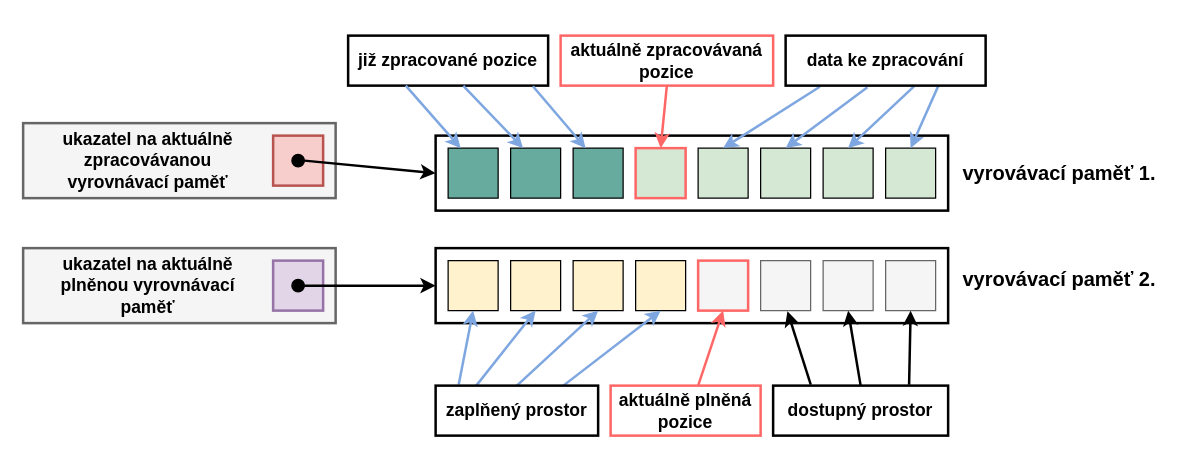
This is diagrams/multiple_buffering/multiple_buffering-1.drawio from Doly02/thesis, a draw.io file, before an edit. Source tidied: cells renumbered, new cells numbered last; positions are measured from the earlier drawing's top-left corner, leaving out a move shared by most shapes. Both pictures are drawn from the tidied source at 125%, with x=0, y=0 at pixel (22, 35).
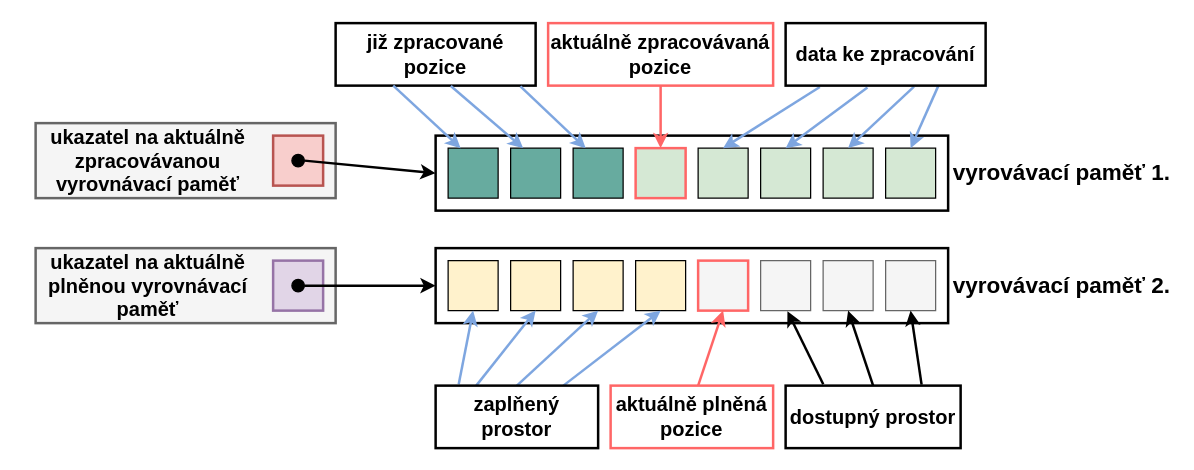
The same page after the edit.

Commit message (it also covers changes not shown here):
[TECH_REPORT] Updates Diagrams (Multiple Buffering).

What changed in the source:
```diff
@@
     <mxCell id="2" style="rounded=0;whiteSpace=wrap;html=1;strokeWidth=2;" parent="1" vertex="1">
-      <mxGeometry x="260" width="160" height="40" as="geometry" />
+      <mxGeometry x="250" y="-10" width="160" height="50" as="geometry" />
     </mxCell>
@@
-    <mxCell id="21" value="&lt;b&gt;&lt;font style=&quot;font-size: 14px;&quot;&gt;již zpracované pozice&lt;/font&gt;&lt;/b&gt;" style="text;html=1;align=center;verticalAlign=middle;whiteSpace=wrap;rounded=0;strokeWidth=2;" parent="1" vertex="1">
-      <mxGeometry x="260" width="160" height="40" as="geometry" />
+    <mxCell id="21" value="&lt;b&gt;&lt;font style=&quot;font-size: 16px;&quot;&gt;již zpracované pozice&lt;/font&gt;&lt;/b&gt;" style="text;html=1;align=center;verticalAlign=middle;whiteSpace=wrap;rounded=0;strokeWidth=2;" parent="1" vertex="1">
+      <mxGeometry x="250" y="-10" width="160" height="50" as="geometry" />
     </mxCell>
@@
-    <mxCell id="27" value="&lt;font style=&quot;font-size: 14px;&quot;&gt;&lt;b style=&quot;&quot;&gt;data ke zpracování&lt;/b&gt;&lt;/font&gt;" style="rounded=0;whiteSpace=wrap;html=1;strokeColor=#000000;strokeWidth=2;" parent="1" vertex="1">
-      <mxGeometry x="610" width="160" height="40" as="geometry" />
+    <mxCell id="27" value="&lt;font style=&quot;font-size: 16px;&quot;&gt;&lt;b style=&quot;&quot;&gt;data ke zpracování&lt;/b&gt;&lt;/font&gt;" style="rounded=0;whiteSpace=wrap;html=1;strokeColor=#000000;strokeWidth=2;" parent="1" vertex="1">
+      <mxGeometry x="610" y="-10" width="160" height="50" as="geometry" />
     </mxCell>
-    <mxCell id="28" value="&lt;font style=&quot;font-size: 16px;&quot;&gt;&lt;b style=&quot;&quot;&gt;vyrovávací paměť 1.&lt;/b&gt;&lt;/font&gt;" style="text;html=1;align=left;verticalAlign=middle;whiteSpace=wrap;rounded=0;" parent="1" vertex="1">
-      <mxGeometry x="750" y="95" width="160" height="30" as="geometry" />
-    </mxCell>
-    <mxCell id="29" value="&lt;font style=&quot;font-size: 16px;&quot;&gt;&lt;b style=&quot;&quot;&gt;vyrovávací paměť 2.&lt;/b&gt;&lt;/font&gt;" style="text;html=1;align=left;verticalAlign=middle;whiteSpace=wrap;rounded=0;" parent="1" vertex="1">
-      <mxGeometry x="750" y="180" width="160" height="30" as="geometry" />
-    </mxCell>
     <mxCell id="30" style="rounded=0;whiteSpace=wrap;html=1;fillColor=#f5f5f5;fontColor=#333333;strokeColor=#666666;strokeWidth=2;" parent="1" vertex="1">
-      <mxGeometry y="170" width="250" height="60" as="geometry" />
+      <mxGeometry x="10" y="170" width="240" height="60" as="geometry" />
     </mxCell>
-    <mxCell id="31" value="&lt;b&gt;&lt;font style=&quot;font-size: 14px;&quot;&gt;ukazatel na aktuálně plněnou vyrovnávací paměť&lt;/font&gt;&lt;/b&gt;" style="text;html=1;align=center;verticalAlign=middle;whiteSpace=wrap;rounded=0;" parent="1" vertex="1">
+    <mxCell id="31" value="&lt;b&gt;&lt;font style=&quot;font-size: 16px;&quot;&gt;ukazatel na aktuálně plněnou vyrovnávací paměť&lt;/font&gt;&lt;/b&gt;" style="text;html=1;align=center;verticalAlign=middle;whiteSpace=wrap;rounded=0;" parent="1" vertex="1">
       <mxGeometry x="10" y="170" width="180" height="60" as="geometry" />
     </mxCell>
@@
     <mxCell id="35" style="rounded=0;whiteSpace=wrap;html=1;fillColor=#f5f5f5;fontColor=#333333;strokeColor=#666666;strokeWidth=2;" parent="1" vertex="1">
-      <mxGeometry y="70" width="250" height="60" as="geometry" />
+      <mxGeometry x="10" y="70" width="240" height="60" as="geometry" />
     </mxCell>
-    <mxCell id="36" value="&lt;b&gt;&lt;font style=&quot;font-size: 14px;&quot;&gt;ukazatel na aktuálně zpracovávanou vyrovnávací paměť&lt;/font&gt;&lt;/b&gt;" style="text;html=1;align=center;verticalAlign=middle;whiteSpace=wrap;rounded=0;" parent="1" vertex="1">
+    <mxCell id="36" value="&lt;b&gt;&lt;font style=&quot;font-size: 16px;&quot;&gt;ukazatel na aktuálně zpracovávanou vyrovnávací paměť&lt;/font&gt;&lt;/b&gt;" style="text;html=1;align=center;verticalAlign=middle;whiteSpace=wrap;rounded=0;" parent="1" vertex="1">
       <mxGeometry x="10" y="70" width="180" height="60" as="geometry" />
     </mxCell>
@@
     <mxCell id="47" style="rounded=0;whiteSpace=wrap;html=1;strokeWidth=2;" parent="1" vertex="1">
-      <mxGeometry x="330" y="280" width="130" height="40" as="geometry" />
+      <mxGeometry x="330" y="280" width="130" height="50" as="geometry" />
     </mxCell>
-    <mxCell id="48" value="&lt;b&gt;&lt;font style=&quot;font-size: 14px;&quot;&gt;zaplňený prostor&lt;/font&gt;&lt;/b&gt;" style="text;html=1;align=center;verticalAlign=middle;whiteSpace=wrap;rounded=0;" parent="1" vertex="1">
-      <mxGeometry x="330" y="280" width="130" height="40" as="geometry" />
+    <mxCell id="48" value="&lt;b&gt;&lt;font style=&quot;font-size: 16px;&quot;&gt;zaplňený prostor&lt;/font&gt;&lt;/b&gt;" style="text;html=1;align=center;verticalAlign=middle;whiteSpace=wrap;rounded=0;" parent="1" vertex="1">
+      <mxGeometry x="330" y="280" width="130" height="50" as="geometry" />
     </mxCell>
     <mxCell id="49" style="rounded=0;whiteSpace=wrap;html=1;strokeWidth=2;" parent="1" vertex="1">
-      <mxGeometry x="600" y="280" width="140" height="40" as="geometry" />
+      <mxGeometry x="610" y="280" width="140" height="50" as="geometry" />
     </mxCell>
-    <mxCell id="50" value="&lt;b&gt;&lt;font style=&quot;font-size: 14px;&quot;&gt;dostupný prostor&lt;/font&gt;&lt;/b&gt;" style="text;html=1;align=center;verticalAlign=middle;whiteSpace=wrap;rounded=0;" parent="1" vertex="1">
-      <mxGeometry x="600" y="280" width="140" height="40" as="geometry" />
+    <mxCell id="50" value="&lt;b&gt;&lt;font style=&quot;font-size: 16px;&quot;&gt;dostupný prostor&lt;/font&gt;&lt;/b&gt;" style="text;html=1;align=center;verticalAlign=middle;whiteSpace=wrap;rounded=0;" parent="1" vertex="1">
+      <mxGeometry x="610" y="280" width="140" height="50" as="geometry" />
     </mxCell>
@@
     <mxCell id="55" style="rounded=0;whiteSpace=wrap;html=1;strokeColor=#FF6666;strokeWidth=2;" parent="1" vertex="1">
-      <mxGeometry x="470" y="280" width="120" height="40" as="geometry" />
+      <mxGeometry x="470" y="280" width="130" height="50" as="geometry" />
     </mxCell>
-    <mxCell id="56" value="&lt;b&gt;&lt;font style=&quot;font-size: 14px;&quot;&gt;aktuálně plněná&lt;/font&gt;&lt;/b&gt;&lt;div&gt;&lt;b&gt;&lt;font style=&quot;font-size: 14px;&quot;&gt;pozice&lt;/font&gt;&lt;/b&gt;&lt;/div&gt;" style="text;html=1;align=center;verticalAlign=middle;whiteSpace=wrap;rounded=0;" parent="1" vertex="1">
-      <mxGeometry x="470" y="280" width="120" height="40" as="geometry" />
+    <mxCell id="56" value="&lt;b&gt;&lt;font style=&quot;font-size: 16px;&quot;&gt;aktuálně plněná&lt;/font&gt;&lt;/b&gt;&lt;div&gt;&lt;b&gt;&lt;font style=&quot;font-size: 16px;&quot;&gt;pozice&lt;/font&gt;&lt;/b&gt;&lt;/div&gt;" style="text;html=1;align=center;verticalAlign=middle;whiteSpace=wrap;rounded=0;" parent="1" vertex="1">
+      <mxGeometry x="470" y="280" width="130" height="50" as="geometry" />
     </mxCell>
     <mxCell id="57" style="rounded=0;whiteSpace=wrap;html=1;strokeColor=#FF6666;strokeWidth=2;" parent="1" vertex="1">
-      <mxGeometry x="430" width="170" height="40" as="geometry" />
+      <mxGeometry x="420" y="-10" width="180" height="50" as="geometry" />
     </mxCell>
-    <mxCell id="58" value="&lt;font style=&quot;font-size: 14px;&quot;&gt;&lt;b style=&quot;&quot;&gt;aktuálně zpracovávaná&lt;/b&gt;&lt;/font&gt;&lt;div&gt;&lt;font style=&quot;font-size: 14px;&quot;&gt;&lt;b style=&quot;&quot;&gt;pozice&lt;/b&gt;&lt;/font&gt;&lt;/div&gt;" style="text;html=1;align=center;verticalAlign=middle;whiteSpace=wrap;rounded=0;" parent="1" vertex="1">
-      <mxGeometry x="430" width="170" height="40" as="geometry" />
+    <mxCell id="58" value="&lt;font style=&quot;font-size: 16px;&quot;&gt;&lt;b style=&quot;&quot;&gt;aktuálně zpracovávaná&lt;/b&gt;&lt;/font&gt;&lt;div&gt;&lt;font style=&quot;font-size: 16px;&quot;&gt;&lt;b style=&quot;&quot;&gt;pozice&lt;/b&gt;&lt;/font&gt;&lt;/div&gt;" style="text;html=1;align=center;verticalAlign=middle;whiteSpace=wrap;rounded=0;" parent="1" vertex="1">
+      <mxGeometry x="420" y="-10" width="180" height="50" as="geometry" />
     </mxCell>
+    <mxCell id="28" value="&lt;font style=&quot;font-size: 18px;&quot;&gt;&lt;b style=&quot;&quot;&gt;vyrovávací paměť 1.&lt;/b&gt;&lt;/font&gt;" style="text;html=1;align=right;verticalAlign=middle;whiteSpace=wrap;rounded=0;" parent="1" vertex="1">
+      <mxGeometry x="740" y="80" width="180" height="60" as="geometry" />
+    </mxCell>
+    <mxCell id="29" value="&lt;font style=&quot;font-size: 18px;&quot;&gt;&lt;b style=&quot;&quot;&gt;vyrovávací paměť 2.&lt;/b&gt;&lt;/font&gt;" style="text;html=1;align=right;verticalAlign=middle;whiteSpace=wrap;rounded=0;" parent="1" vertex="1">
+      <mxGeometry x="740" y="170" width="180" height="60" as="geometry" />
+    </mxCell>
```
